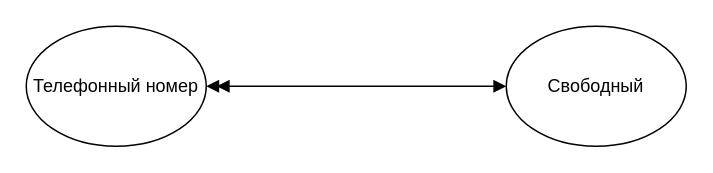
Before: coursework/graphics/drawio/phone-number-attributes.drawio in markov-avl/DatabaseDevelopmentTechnology, a draw.io diagram. Source tidied: cells renumbered, new cells numbered last; positions are measured from the earlier drawing's top-left corner, leaving out a move shared by most shapes. Both pictures are drawn from the tidied source at 150%, with x=0, y=0 at pixel (26, 26).
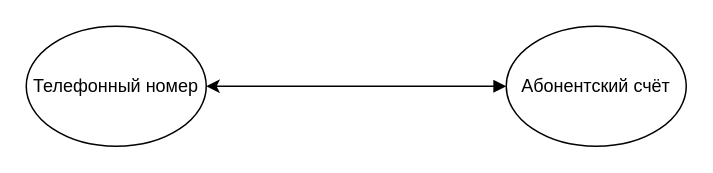
The same page after the edit.

The edit, as a diff of the source:
```diff
@@
 <mxGraphModel>
   <root>
     <mxCell id="0" />
     <mxCell id="1" parent="0" />
     <mxCell id="2" value="Телефонный номер" style="ellipse;whiteSpace=wrap;html=1;" parent="1" vertex="1">
       <mxGeometry width="120" height="80" as="geometry" />
     </mxCell>
-    <mxCell id="3" value="Свободный" style="ellipse;whiteSpace=wrap;html=1;" parent="1" vertex="1">
+    <mxCell id="3" value="Абонентский счёт" style="ellipse;whiteSpace=wrap;html=1;" parent="1" vertex="1">
       <mxGeometry x="320" width="120" height="80" as="geometry" />
     </mxCell>
-    <mxCell id="4" style="endArrow=block;html=1;rounded=0;endFill=1;startArrow=doubleBlock;startFill=1;" parent="1" edge="1" source="2" target="3">
+    <mxCell id="4" style="endArrow=block;html=1;rounded=0;endFill=1;startArrow=classic;startFill=1;" parent="1" edge="1" source="2" target="3">
       <mxGeometry relative="1" as="geometry" />
     </mxCell>
   </root>
 </mxGraphModel>
```
